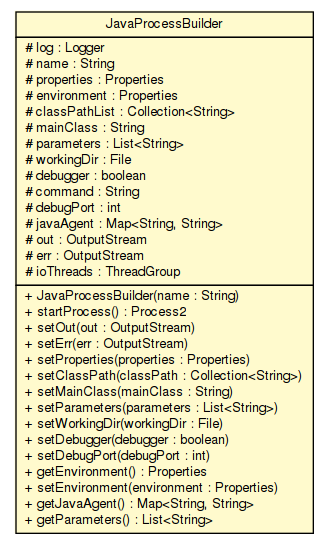
Above: apidocs/sorcer/launcher/JavaProcessBuilder.png in sorcersoft/sorcersoft.github.io (Graphviz), before the change. Its source is kept beside it as apidocs/sorcer/launcher/JavaProcessBuilder.dot.
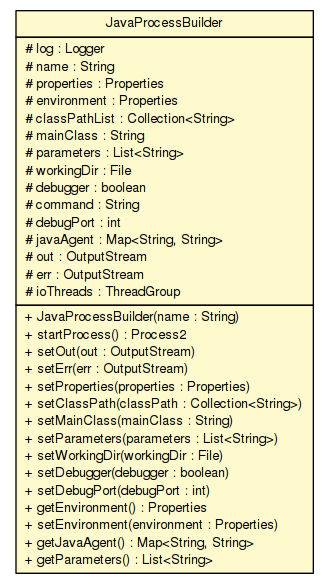
The same file after the commit.

Diff of the diagram source:
```diff
@@ -4,7 +4,7 @@
 	node [fontname="Helvetica",fontsize=10,shape=plaintext];
 	nodesep=0.25;
 	ranksep=0.5;
-	c256465 [label=<<table title="sorcer.launcher.JavaProcessBuilder" border="0" cellborder="1" cellspacing="0" cellpadding="2" port="p" bgcolor="lemonChiffon" href="./JavaProcessBuilder.html">
+	c293643 [label=<<table title="sorcer.launcher.JavaProcessBuilder" border="0" cellborder="1" cellspacing="0" cellpadding="2" port="p" bgcolor="lemonChiffon" href="./JavaProcessBuilder.html">
 		<tr><td><table border="0" cellspacing="0" cellpadding="1">
 <tr><td align="center" balign="center"> JavaProcessBuilder </td></tr>
 		</table></td></tr>
```
